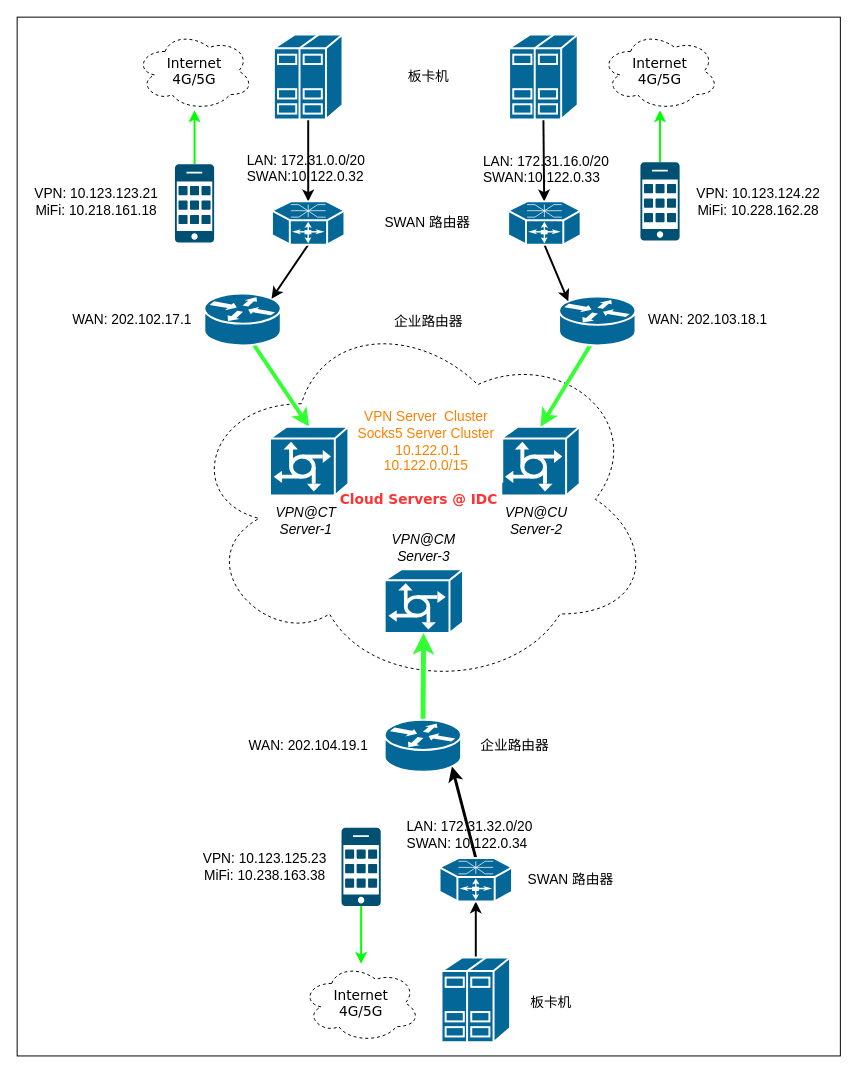
Earlier version of the draw.io diagram Untitled Diagram.drawio (nxtreaming/andy_study). Source tidied: cells renumbered, new cells numbered last; positions are measured from the earlier drawing's top-left corner, leaving out a move shared by most shapes. Both pictures are drawn from the tidied source at 98%, with x=0, y=0 at pixel (17, 17).
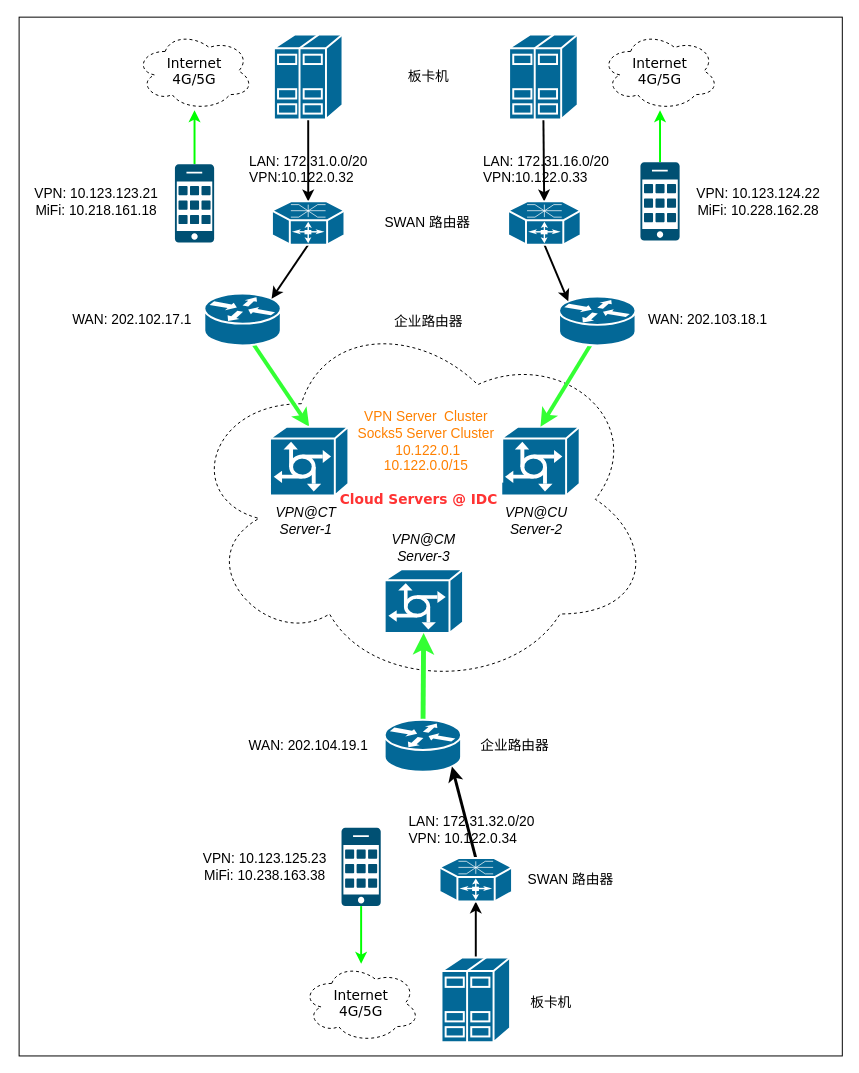
After the change.

The edit, as a diff of the source:
```diff
@@
     <mxCell id="2" style="whiteSpace=wrap;html=1;fontColor=#0000FF;" parent="1" vertex="1">
-      <mxGeometry width="840" height="1060" as="geometry" />
+      <mxGeometry x="2" width="840" height="1060" as="geometry" />
     </mxCell>
@@
-    <mxCell id="50" value="&lt;font style=&quot;font-size: 14px;&quot;&gt;LAN: 172.31.0.0/20&lt;br&gt;&lt;div style=&quot;text-align: left;&quot;&gt;&lt;span style=&quot;background-color: initial;&quot;&gt;SWAN:10.122.0.32&lt;/span&gt;&lt;/div&gt;&lt;/font&gt;" style="text;strokeColor=none;align=center;fillColor=none;html=1;verticalAlign=middle;whiteSpace=wrap;rounded=0;" parent="1" vertex="1">
-      <mxGeometry x="225" y="139" width="140" height="30" as="geometry" />
+    <mxCell id="50" value="&lt;font style=&quot;font-size: 14px;&quot;&gt;LAN: 172.31.0.0/20&lt;br&gt;&lt;div style=&quot;text-align: left;&quot;&gt;&lt;span style=&quot;background-color: initial;&quot;&gt;VPN:10.122.0.32&lt;/span&gt;&lt;/div&gt;&lt;/font&gt;" style="text;strokeColor=none;align=center;fillColor=none;html=1;verticalAlign=middle;whiteSpace=wrap;rounded=0;" parent="1" vertex="1">
+      <mxGeometry x="234.5" y="140" width="125" height="30" as="geometry" />
     </mxCell>
-    <mxCell id="51" value="&lt;font style=&quot;font-size: 14px;&quot;&gt;LAN: 172.31.16.0/20&lt;br&gt;&lt;div style=&quot;text-align: left;&quot;&gt;&lt;span style=&quot;background-color: initial;&quot;&gt;SWAN:10.122.0.33&lt;/span&gt;&lt;/div&gt;&lt;/font&gt;" style="text;strokeColor=none;align=center;fillColor=none;html=1;verticalAlign=middle;whiteSpace=wrap;rounded=0;" parent="1" vertex="1">
+    <mxCell id="51" value="&lt;font style=&quot;font-size: 14px;&quot;&gt;LAN: 172.31.16.0/20&lt;br&gt;&lt;div style=&quot;text-align: left;&quot;&gt;&lt;span style=&quot;background-color: initial;&quot;&gt;VPN:10.122.0.33&lt;/span&gt;&lt;/div&gt;&lt;/font&gt;" style="text;strokeColor=none;align=center;fillColor=none;html=1;verticalAlign=middle;whiteSpace=wrap;rounded=0;" parent="1" vertex="1">
       <mxGeometry x="470" y="140" width="140" height="30" as="geometry" />
     </mxCell>
-    <mxCell id="52" value="&lt;font style=&quot;font-size: 14px;&quot;&gt;LAN: 172.31.32.0/20&lt;br&gt;&lt;div style=&quot;text-align: left;&quot;&gt;&lt;span style=&quot;background-color: initial;&quot;&gt;SWAN: 10.122.0.34&lt;/span&gt;&lt;/div&gt;&lt;/font&gt;" style="text;strokeColor=none;align=center;fillColor=none;html=1;verticalAlign=middle;whiteSpace=wrap;rounded=0;" parent="1" vertex="1">
-      <mxGeometry x="392" y="819" width="140" height="30" as="geometry" />
+    <mxCell id="52" value="&lt;font style=&quot;font-size: 14px;&quot;&gt;LAN: 172.31.32.0/20&lt;br&gt;&lt;div style=&quot;text-align: left;&quot;&gt;&lt;span style=&quot;background-color: initial;&quot;&gt;VPN: 10.122.0.34&lt;/span&gt;&lt;/div&gt;&lt;/font&gt;" style="text;strokeColor=none;align=center;fillColor=none;html=1;verticalAlign=middle;whiteSpace=wrap;rounded=0;" parent="1" vertex="1">
+      <mxGeometry x="394" y="814" width="140" height="30" as="geometry" />
     </mxCell>
```
